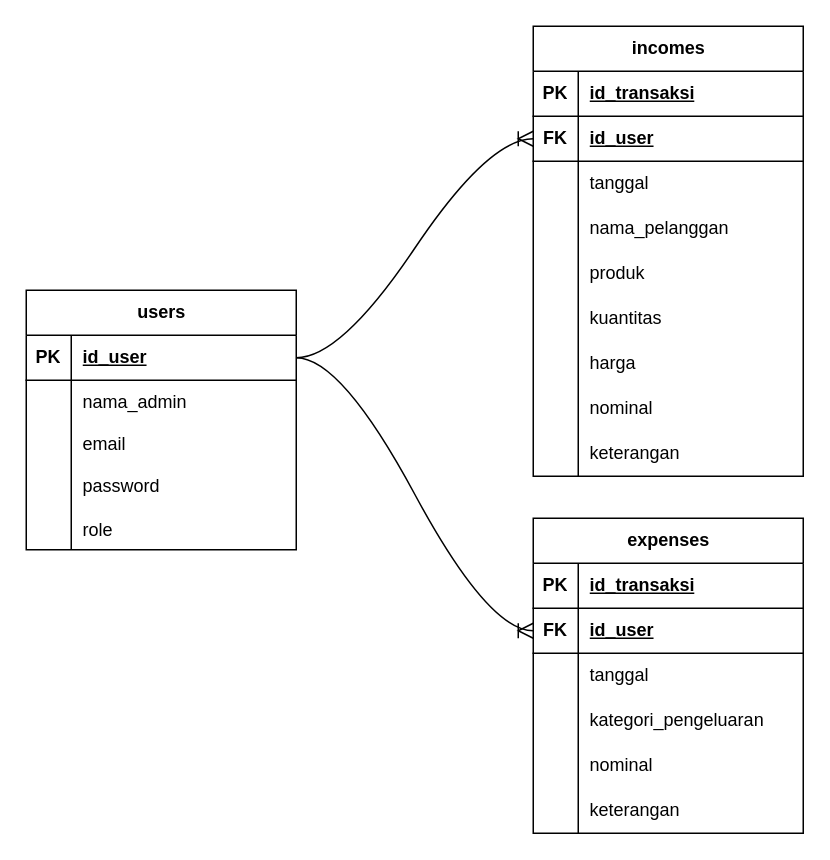
Earlier version of the draw.io diagram page "Table" (2 of 2) of ERD Table.drawio (Joyce-Acia/PWL_Keuangan). Source tidied: cells renumbered, new cells numbered last; positions are measured from the earlier drawing's top-left corner, leaving out a move shared by most shapes. Both pictures are drawn from the tidied source at 150%, with x=0, y=0 at pixel (26, 26).
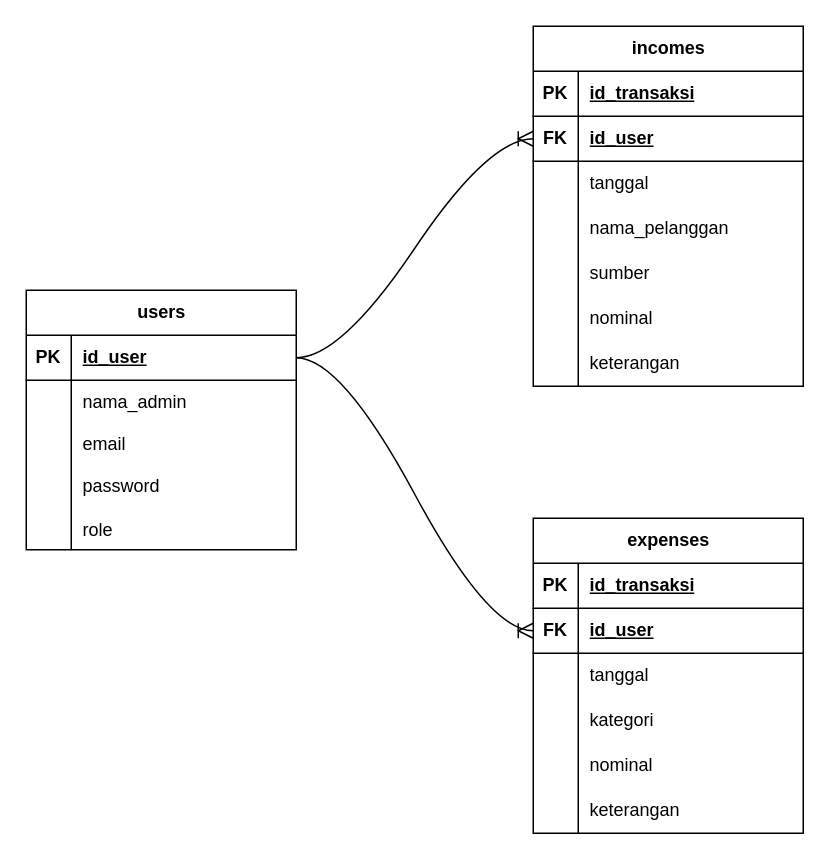
The same page after the edit.

The change refers to these unchanged cells:
```xml
<mxCell id="28" style="shape=tableRow;horizontal=0;startSize=0;swimlaneHead=0;swimlaneBody=0;fillColor=none;top=0;left=0;right=0;bottom=0;" parent="18" vertex="1">
  <mxGeometry y="120" width="180" height="30" as="geometry" />
</mxCell>
<mxCell id="52" style="shape=tableRow;horizontal=0;startSize=0;swimlaneHead=0;swimlaneBody=0;fillColor=none;top=0;left=0;right=0;bottom=0;" parent="39" vertex="1">
  <mxGeometry y="150" width="180" height="30" as="geometry" />
</mxCell>
```

What changed in the source:
```diff
@@
-    <mxCell id="30" value="kategori_pengeluaran" style="shape=partialRectangle;fillColor=none;top=0;left=0;bottom=0;right=0;align=left;spacingLeft=6;overflow=hidden;whiteSpace=wrap;html=1;" parent="28" vertex="1">
+    <mxCell id="30" value="kategori" style="shape=partialRectangle;fillColor=none;top=0;left=0;bottom=0;right=0;align=left;spacingLeft=6;overflow=hidden;whiteSpace=wrap;html=1;" parent="28" vertex="1">
       <mxGeometry x="30" width="150" height="30" as="geometry" />
     </mxCell>
@@
     <mxCell id="39" value="incomes" style="shape=table;startSize=30;childLayout=tableLayout;rowLines=0;fontStyle=1;align=center;html=1;" parent="1" vertex="1">
-      <mxGeometry x="338" width="180" height="300" as="geometry" />
+      <mxGeometry x="338" width="180" height="240" as="geometry" />
     </mxCell>
@@
-    <mxCell id="54" value="produk" style="shape=partialRectangle;fillColor=none;top=0;left=0;bottom=0;right=0;align=left;spacingLeft=6;overflow=hidden;whiteSpace=wrap;html=1;" parent="52" vertex="1">
+    <mxCell id="54" value="sumber" style="shape=partialRectangle;fillColor=none;top=0;left=0;bottom=0;right=0;align=left;spacingLeft=6;overflow=hidden;whiteSpace=wrap;html=1;" parent="52" vertex="1">
       <mxGeometry x="30" width="150" height="30" as="geometry" />
     </mxCell>
-    <mxCell id="55" style="shape=tableRow;horizontal=0;startSize=0;swimlaneHead=0;swimlaneBody=0;fillColor=none;top=0;left=0;right=0;bottom=0;" parent="39" vertex="1">
-      <mxGeometry y="180" width="180" height="30" as="geometry" />
-    </mxCell>
-    <mxCell id="56" style="shape=partialRectangle;fillColor=none;top=0;left=0;bottom=0;right=0;overflow=hidden;whiteSpace=wrap;html=1;" parent="55" vertex="1">
-      <mxGeometry width="30" height="30" as="geometry" />
-    </mxCell>
-    <mxCell id="57" value="kuantitas" style="shape=partialRectangle;fillColor=none;top=0;left=0;bottom=0;right=0;align=left;spacingLeft=6;overflow=hidden;whiteSpace=wrap;html=1;" parent="55" vertex="1">
-      <mxGeometry x="30" width="150" height="30" as="geometry" />
-    </mxCell>
-    <mxCell id="58" style="shape=tableRow;horizontal=0;startSize=0;swimlaneHead=0;swimlaneBody=0;fillColor=none;top=0;left=0;right=0;bottom=0;" parent="39" vertex="1">
-      <mxGeometry y="210" width="180" height="30" as="geometry" />
-    </mxCell>
-    <mxCell id="59" style="shape=partialRectangle;fillColor=none;top=0;left=0;bottom=0;right=0;overflow=hidden;whiteSpace=wrap;html=1;" parent="58" vertex="1">
-      <mxGeometry width="30" height="30" as="geometry" />
-    </mxCell>
-    <mxCell id="60" value="harga" style="shape=partialRectangle;fillColor=none;top=0;left=0;bottom=0;right=0;align=left;spacingLeft=6;overflow=hidden;whiteSpace=wrap;html=1;" parent="58" vertex="1">
-      <mxGeometry x="30" width="150" height="30" as="geometry" />
-    </mxCell>
     <mxCell id="61" style="shape=tableRow;horizontal=0;startSize=0;swimlaneHead=0;swimlaneBody=0;fillColor=none;top=0;left=0;right=0;bottom=0;" parent="39" vertex="1">
-      <mxGeometry y="240" width="180" height="30" as="geometry" />
+      <mxGeometry y="180" width="180" height="30" as="geometry" />
     </mxCell>
@@
     <mxCell id="64" style="shape=tableRow;horizontal=0;startSize=0;swimlaneHead=0;swimlaneBody=0;fillColor=none;top=0;left=0;right=0;bottom=0;" parent="39" vertex="1">
-      <mxGeometry y="270" width="180" height="30" as="geometry" />
+      <mxGeometry y="210" width="180" height="30" as="geometry" />
     </mxCell>
```
